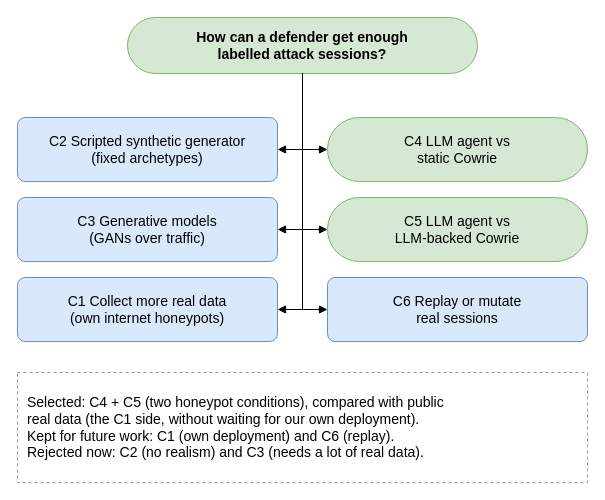
The draw.io diagram report/diagrams/d16_concept_generation.drawio in parthkansal823/Honeypot_RedTeaming-paper, before the edit. Source tidied: cells renumbered, new cells numbered last; positions are measured from the earlier drawing's top-left corner, leaving out a move shared by most shapes. Both pictures are drawn from the tidied source at 100%, with x=0, y=0 at pixel (17, 17).
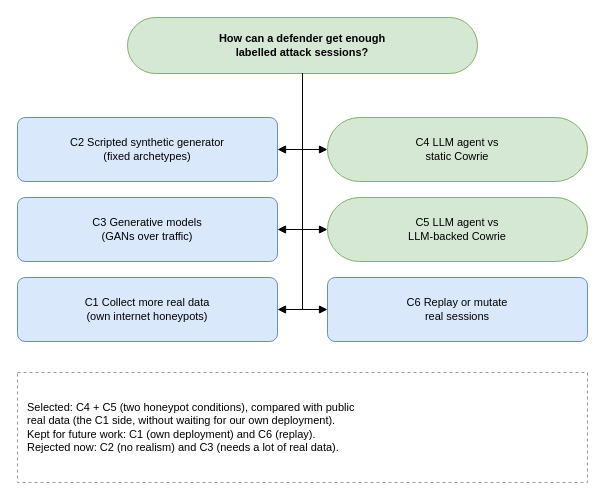
After the change.

Diff of the diagram source:
```diff
@@
-    <mxCell id="2" value="How can a defender get enough&lt;br&gt;labelled attack sessions?" style="rounded=1;arcSize=50;whiteSpace=wrap;html=1;fillColor=#D5E8D4;strokeColor=#82B366;fontFamily=Arial;fontSize=14;fontStyle=1;" parent="1" vertex="1">
+    <mxCell id="2" value="How can a defender get enough&lt;br&gt;labelled attack sessions?" style="rounded=1;arcSize=50;whiteSpace=wrap;html=1;fillColor=#D5E8D4;strokeColor=#82B366;fontFamily=Arial;fontSize=11;fontStyle=1;" parent="1" vertex="1">
       <mxGeometry x="110" width="350" height="56" as="geometry" />
     </mxCell>
-    <mxCell id="3" value="C2  Scripted synthetic generator&lt;br&gt;(fixed archetypes)" style="rounded=1;arcSize=12;whiteSpace=wrap;html=1;fillColor=#DAE8FC;strokeColor=#6C8EBF;fontFamily=Arial;fontSize=14;" parent="1" vertex="1">
+    <mxCell id="3" value="C2  Scripted synthetic generator&lt;br&gt;(fixed archetypes)" style="rounded=1;arcSize=12;whiteSpace=wrap;html=1;fillColor=#DAE8FC;strokeColor=#6C8EBF;fontFamily=Arial;fontSize=11;" parent="1" vertex="1">
       <mxGeometry y="100" width="260" height="64" as="geometry" />
     </mxCell>
-    <mxCell id="4" value="C4  LLM agent vs&lt;br&gt;static Cowrie" style="rounded=1;arcSize=50;whiteSpace=wrap;html=1;fillColor=#D5E8D4;strokeColor=#82B366;fontFamily=Arial;fontSize=14;" parent="1" vertex="1">
+    <mxCell id="4" value="C4  LLM agent vs&lt;br&gt;static Cowrie" style="rounded=1;arcSize=50;whiteSpace=wrap;html=1;fillColor=#D5E8D4;strokeColor=#82B366;fontFamily=Arial;fontSize=11;" parent="1" vertex="1">
       <mxGeometry x="310" y="100" width="260" height="64" as="geometry" />
     </mxCell>
-    <mxCell id="5" value="C3  Generative models&lt;br&gt;(GANs over traffic)" style="rounded=1;arcSize=12;whiteSpace=wrap;html=1;fillColor=#DAE8FC;strokeColor=#6C8EBF;fontFamily=Arial;fontSize=14;" parent="1" vertex="1">
+    <mxCell id="5" value="C3  Generative models&lt;br&gt;(GANs over traffic)" style="rounded=1;arcSize=12;whiteSpace=wrap;html=1;fillColor=#DAE8FC;strokeColor=#6C8EBF;fontFamily=Arial;fontSize=11;" parent="1" vertex="1">
       <mxGeometry y="180" width="260" height="64" as="geometry" />
     </mxCell>
-    <mxCell id="6" value="C5  LLM agent vs&lt;br&gt;LLM-backed Cowrie" style="rounded=1;arcSize=50;whiteSpace=wrap;html=1;fillColor=#D5E8D4;strokeColor=#82B366;fontFamily=Arial;fontSize=14;" parent="1" vertex="1">
+    <mxCell id="6" value="C5  LLM agent vs&lt;br&gt;LLM-backed Cowrie" style="rounded=1;arcSize=50;whiteSpace=wrap;html=1;fillColor=#D5E8D4;strokeColor=#82B366;fontFamily=Arial;fontSize=11;" parent="1" vertex="1">
       <mxGeometry x="310" y="180" width="260" height="64" as="geometry" />
     </mxCell>
-    <mxCell id="7" value="C1  Collect more real data&lt;br&gt;(own internet honeypots)" style="rounded=1;arcSize=12;whiteSpace=wrap;html=1;fillColor=#DAE8FC;strokeColor=#6C8EBF;fontFamily=Arial;fontSize=14;" parent="1" vertex="1">
+    <mxCell id="7" value="C1  Collect more real data&lt;br&gt;(own internet honeypots)" style="rounded=1;arcSize=12;whiteSpace=wrap;html=1;fillColor=#DAE8FC;strokeColor=#6C8EBF;fontFamily=Arial;fontSize=11;" parent="1" vertex="1">
       <mxGeometry y="260" width="260" height="64" as="geometry" />
     </mxCell>
-    <mxCell id="8" value="C6  Replay or mutate&lt;br&gt;real sessions" style="rounded=1;arcSize=12;whiteSpace=wrap;html=1;fillColor=#DAE8FC;strokeColor=#6C8EBF;fontFamily=Arial;fontSize=14;" parent="1" vertex="1">
+    <mxCell id="8" value="C6  Replay or mutate&lt;br&gt;real sessions" style="rounded=1;arcSize=12;whiteSpace=wrap;html=1;fillColor=#DAE8FC;strokeColor=#6C8EBF;fontFamily=Arial;fontSize=11;" parent="1" vertex="1">
       <mxGeometry x="310" y="260" width="260" height="64" as="geometry" />
     </mxCell>
-    <mxCell id="9" value="Selected: C4 + C5 (two honeypot conditions), compared with public&lt;br&gt;real data (the C1 side, without waiting for our own deployment).&lt;br&gt;Kept for future work: C1 (own deployment) and C6 (replay).&lt;br&gt;Rejected now: C2 (no realism) and C3 (needs a lot of real data)." style="rounded=0;dashed=1;whiteSpace=wrap;html=1;fillColor=#FFFFFF;strokeColor=#999999;fontFamily=Arial;fontSize=14;align=left;spacingLeft=8;" parent="1" vertex="1">
+    <mxCell id="9" value="Selected: C4 + C5 (two honeypot conditions), compared with public&lt;br&gt;real data (the C1 side, without waiting for our own deployment).&lt;br&gt;Kept for future work: C1 (own deployment) and C6 (replay).&lt;br&gt;Rejected now: C2 (no realism) and C3 (needs a lot of real data)." style="rounded=0;dashed=1;whiteSpace=wrap;html=1;fillColor=#FFFFFF;strokeColor=#999999;fontFamily=Arial;fontSize=11;align=left;spacingLeft=8;" parent="1" vertex="1">
       <mxGeometry y="355" width="570" height="110" as="geometry" />
     </mxCell>
```
